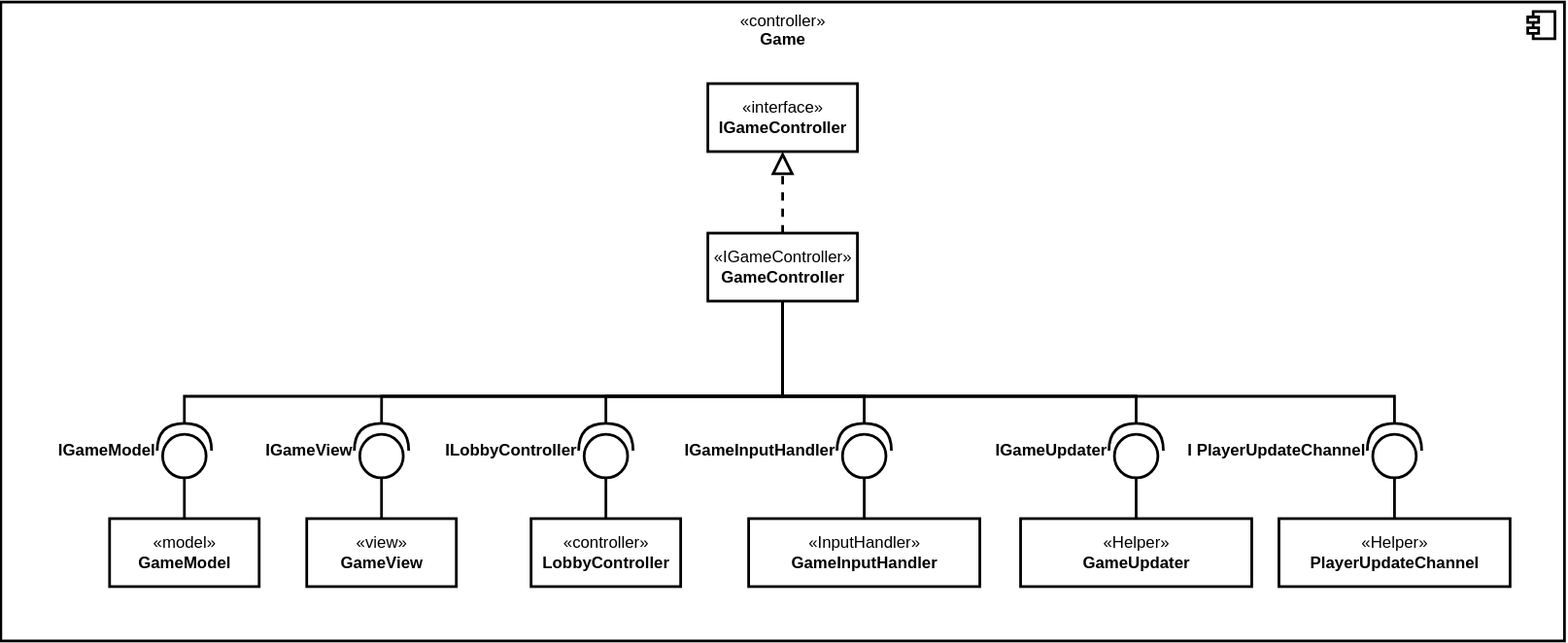
This is docs/application/diagrams/GameControllerClassDiagram.drawio.svg from HaniAlshikh/tron, a draw.io export, as it was before one commit. Source tidied: cells renumbered, new cells last; positions are measured from the earlier drawing's top-left corner, leaving out a move shared by most shapes.
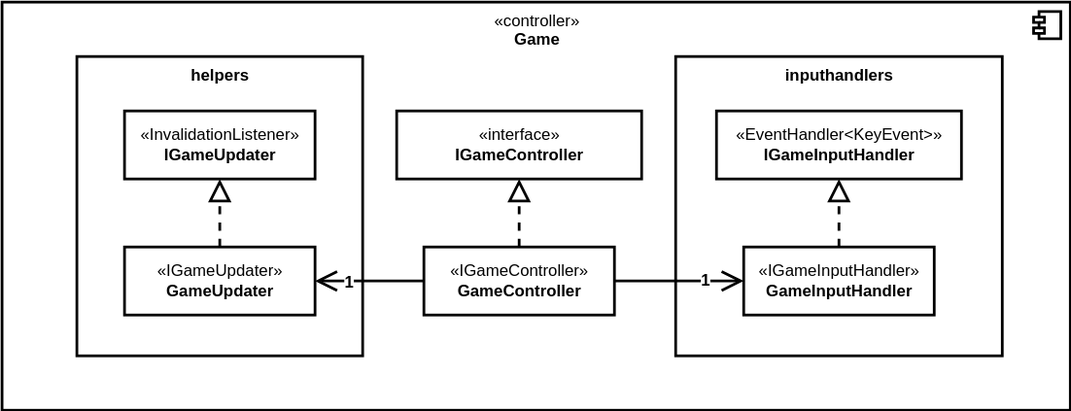
Above is the later version.

What changed in the source:
```diff
@@ -3,123 +3,61 @@
     <mxCell id="0" />
     <mxCell id="1" parent="0" />
     <mxCell id="2" value="«controller»&lt;b&gt;&lt;br&gt;Game&lt;/b&gt;" style="html=1;strokeWidth=2;align=center;verticalAlign=top;" parent="1" vertex="1">
-      <mxGeometry width="1150" height="470" as="geometry" />
+      <mxGeometry x="-245" y="-980" width="785" height="300" as="geometry" />
     </mxCell>
-    <mxCell id="3" style="shape=module;jettyWidth=8;jettyHeight=4;strokeWidth=2;align=center;verticalAlign=middle;" parent="2" vertex="1">
-      <mxGeometry x="1" width="20" height="20" relative="1" as="geometry">
-        <mxPoint x="-27" y="7" as="offset" />
-      </mxGeometry>
-    </mxCell>
+    <mxCell id="31" style="shape=module;jettyWidth=8;jettyHeight=4;strokeWidth=2;align=center;verticalAlign=middle;" parent="2" vertex="1">
+      <mxGeometry x="1" width="20" height="20" relative="1" as="geometry">
+        <mxPoint x="-27" y="7" as="offset" />
+      </mxGeometry>
+    </mxCell>
+    <mxCell id="32" value="&lt;b&gt;helpers&lt;/b&gt;" style="html=1;strokeWidth=2;align=center;verticalAlign=top;" parent="1" vertex="1">
+      <mxGeometry x="-190" y="-940" width="210" height="220" as="geometry" />
+    </mxCell>
+    <mxCell id="33" value="«InvalidationListener»&lt;br&gt;&lt;b&gt;IGameUpdater&lt;/b&gt;" style="html=1;strokeWidth=2;" parent="1" vertex="1">
+      <mxGeometry x="-155" y="-900" width="140" height="50" as="geometry" />
+    </mxCell>
+    <mxCell id="34" style="edgeStyle=none;shape=connector;rounded=1;html=1;dashed=1;labelBackgroundColor=default;fontFamily=Helvetica;fontSize=12;fontColor=default;endArrow=block;endFill=0;endSize=12;strokeColor=default;strokeWidth=2;" parent="1" edge="1" source="35" target="33">
+      <mxGeometry relative="1" as="geometry" />
+    </mxCell>
+    <mxCell id="35" value="«IGameUpdater»&lt;br&gt;&lt;b&gt;GameUpdater&lt;/b&gt;" style="html=1;strokeWidth=2;" parent="1" vertex="1">
+      <mxGeometry x="-155" y="-800" width="140" height="50" as="geometry" />
+    </mxCell>
+    <mxCell id="36" value="&lt;b&gt;inputhandlers&lt;/b&gt;" style="html=1;strokeWidth=2;align=center;verticalAlign=top;" parent="1" vertex="1">
+      <mxGeometry x="250" y="-940" width="240" height="220" as="geometry" />
+    </mxCell>
+    <mxCell id="37" value="«EventHandler&amp;lt;KeyEvent&amp;gt;»&lt;br&gt;&lt;b&gt;IGameInputHandler&lt;/b&gt;" style="html=1;strokeWidth=2;" parent="1" vertex="1">
+      <mxGeometry x="280" y="-900" width="180" height="50" as="geometry" />
+    </mxCell>
+    <mxCell id="38" style="edgeStyle=none;shape=connector;rounded=1;html=1;dashed=1;labelBackgroundColor=default;fontFamily=Helvetica;fontSize=12;fontColor=default;endArrow=block;endFill=0;endSize=12;strokeColor=default;strokeWidth=2;" parent="1" edge="1" source="39" target="37">
+      <mxGeometry relative="1" as="geometry" />
+    </mxCell>
+    <mxCell id="39" value="«IGameInputHandler»&lt;br&gt;&lt;b&gt;GameInputHandler&lt;/b&gt;" style="html=1;strokeWidth=2;" parent="1" vertex="1">
+      <mxGeometry x="300" y="-800" width="140" height="50" as="geometry" />
+    </mxCell>
     <mxCell id="4" value="«interface»&lt;br&gt;&lt;b&gt;IGameController&lt;/b&gt;" style="html=1;strokeWidth=2;" parent="1" vertex="1">
-      <mxGeometry x="520" y="60" width="110" height="50" as="geometry" />
+      <mxGeometry x="45" y="-900" width="180" height="50" as="geometry" />
     </mxCell>
-    <mxCell id="5" style="edgeStyle=orthogonalEdgeStyle;shape=connector;rounded=0;html=1;entryX=1;entryY=0.5;entryDx=0;entryDy=0;entryPerimeter=0;labelBackgroundColor=default;fontFamily=Helvetica;fontSize=11;fontColor=default;endArrow=none;endFill=0;strokeColor=default;strokeWidth=2;" parent="1" edge="1" source="7" target="15">
-      <mxGeometry relative="1" as="geometry">
-        <Array as="points">
-          <mxPoint x="575" y="290" />
-          <mxPoint x="280" y="290" />
-        </Array>
-      </mxGeometry>
-    </mxCell>
-    <mxCell id="6" style="edgeStyle=orthogonalEdgeStyle;shape=connector;rounded=0;html=1;entryX=1;entryY=0.5;entryDx=0;entryDy=0;entryPerimeter=0;labelBackgroundColor=default;fontFamily=Helvetica;fontSize=11;fontColor=default;endArrow=none;endFill=0;strokeColor=default;strokeWidth=2;" parent="1" edge="1" source="7" target="18">
-      <mxGeometry relative="1" as="geometry">
-        <Array as="points">
-          <mxPoint x="575" y="290" />
-          <mxPoint x="635" y="290" />
-        </Array>
-      </mxGeometry>
-    </mxCell>
+    <mxCell id="40" style="edgeStyle=none;shape=connector;rounded=1;html=1;labelBackgroundColor=default;fontFamily=Helvetica;fontSize=12;fontColor=default;endArrow=open;endFill=1;endSize=12;strokeColor=default;strokeWidth=2;" parent="1" edge="1" source="7" target="39">
+      <mxGeometry relative="1" as="geometry" />
+    </mxCell>
+    <mxCell id="41" value="1" style="edgeLabel;html=1;align=center;verticalAlign=middle;fontSize=12;fontFamily=Helvetica;fontColor=default;fontStyle=1;" parent="40" vertex="1">
+      <mxGeometry x="0.62" y="2" relative="1" as="geometry">
+        <mxPoint x="-11" y="1" as="offset" />
+      </mxGeometry>
+    </mxCell>
+    <mxCell id="8" style="edgeStyle=none;shape=connector;rounded=1;html=1;dashed=1;labelBackgroundColor=default;fontFamily=Helvetica;fontSize=12;fontColor=default;endArrow=block;endFill=0;endSize=12;strokeColor=default;strokeWidth=2;" parent="1" edge="1" source="7" target="4">
+      <mxGeometry relative="1" as="geometry" />
+    </mxCell>
     <mxCell id="7" value="«IGameController»&lt;br&gt;&lt;b&gt;GameController&lt;/b&gt;" style="html=1;strokeWidth=2;" parent="1" vertex="1">
-      <mxGeometry x="520" y="170" width="110" height="50" as="geometry" />
+      <mxGeometry x="65" y="-800" width="140" height="50" as="geometry" />
     </mxCell>
-    <mxCell id="8" style="endArrow=block;dashed=1;endFill=0;endSize=12;html=1;fontSize=12;strokeWidth=2;" parent="1" edge="1" source="7" target="4">
-      <mxGeometry relative="1" as="geometry" />
-    </mxCell>
-    <mxCell id="9" value="«model»&lt;br&gt;&lt;b&gt;GameModel&lt;/b&gt;" style="html=1;strokeWidth=2;" parent="1" vertex="1">
-      <mxGeometry x="80" y="380" width="110" height="50" as="geometry" />
-    </mxCell>
-    <mxCell id="10" style="edgeStyle=orthogonalEdgeStyle;shape=connector;rounded=0;html=1;labelBackgroundColor=default;fontFamily=Helvetica;fontSize=11;fontColor=default;endArrow=none;endFill=0;strokeColor=default;strokeWidth=2;entryX=0.5;entryY=1;entryDx=0;entryDy=0;" parent="1" edge="1" source="12" target="7">
-      <mxGeometry relative="1" as="geometry">
-        <Array as="points">
-          <mxPoint x="135" y="290" />
-          <mxPoint x="575" y="290" />
-        </Array>
-      </mxGeometry>
-    </mxCell>
-    <mxCell id="11" style="edgeStyle=orthogonalEdgeStyle;shape=connector;rounded=0;html=1;labelBackgroundColor=default;fontFamily=Helvetica;fontSize=11;fontColor=default;endArrow=none;endFill=0;strokeColor=default;strokeWidth=2;" parent="1" edge="1" source="12" target="9">
-      <mxGeometry relative="1" as="geometry" />
-    </mxCell>
-    <mxCell id="12" value="&lt;b&gt;IGameModel&amp;nbsp;&amp;nbsp;&lt;/b&gt;" style="shape=providedRequiredInterface;html=1;verticalLabelPosition=middle;strokeWidth=2;direction=south;flipV=1;labelPosition=left;align=right;verticalAlign=middle;" parent="1" vertex="1">
-      <mxGeometry x="115" y="310" width="40" height="40" as="geometry" />
-    </mxCell>
-    <mxCell id="13" value="«view»&lt;br&gt;&lt;b&gt;GameView&lt;/b&gt;" style="html=1;strokeWidth=2;" parent="1" vertex="1">
-      <mxGeometry x="225" y="380" width="110" height="50" as="geometry" />
-    </mxCell>
-    <mxCell id="14" style="edgeStyle=orthogonalEdgeStyle;shape=connector;rounded=0;html=1;labelBackgroundColor=default;fontFamily=Helvetica;fontSize=11;fontColor=default;endArrow=none;endFill=0;strokeColor=default;strokeWidth=2;" parent="1" edge="1" source="15" target="13">
-      <mxGeometry relative="1" as="geometry" />
-    </mxCell>
-    <mxCell id="15" value="&lt;b&gt;IGameView&amp;nbsp;&amp;nbsp;&lt;/b&gt;" style="shape=providedRequiredInterface;html=1;verticalLabelPosition=middle;strokeWidth=2;direction=south;flipV=1;labelPosition=left;align=right;verticalAlign=middle;" parent="1" vertex="1">
-      <mxGeometry x="260" y="310" width="40" height="40" as="geometry" />
-    </mxCell>
-    <mxCell id="16" style="edgeStyle=orthogonalEdgeStyle;shape=connector;rounded=0;html=1;labelBackgroundColor=default;fontFamily=Helvetica;fontSize=11;fontColor=default;endArrow=none;endFill=0;strokeColor=default;strokeWidth=2;" parent="1" edge="1" source="17" target="18">
-      <mxGeometry relative="1" as="geometry" />
-    </mxCell>
-    <mxCell id="17" value="«InputHandler»&lt;br&gt;&lt;b&gt;GameInputHandler&lt;/b&gt;" style="html=1;strokeWidth=2;" parent="1" vertex="1">
-      <mxGeometry x="550" y="380" width="170" height="50" as="geometry" />
-    </mxCell>
-    <mxCell id="18" value="&lt;b&gt;IGameInputHandler&amp;nbsp;&amp;nbsp;&lt;/b&gt;" style="shape=providedRequiredInterface;html=1;verticalLabelPosition=middle;strokeWidth=2;direction=south;flipV=1;labelPosition=left;align=right;verticalAlign=middle;" parent="1" vertex="1">
-      <mxGeometry x="615" y="310" width="40" height="40" as="geometry" />
-    </mxCell>
-    <mxCell id="19" value="«controller»&lt;br&gt;&lt;b&gt;LobbyController&lt;/b&gt;" style="html=1;strokeWidth=2;" parent="1" vertex="1">
-      <mxGeometry x="390" y="380" width="110" height="50" as="geometry" />
-    </mxCell>
-    <mxCell id="20" style="edgeStyle=orthogonalEdgeStyle;shape=connector;rounded=0;html=1;labelBackgroundColor=default;fontFamily=Helvetica;fontSize=11;fontColor=default;endArrow=none;endFill=0;strokeColor=default;strokeWidth=2;entryX=0.5;entryY=1;entryDx=0;entryDy=0;" parent="1" edge="1" source="22" target="7">
-      <mxGeometry relative="1" as="geometry">
-        <Array as="points">
-          <mxPoint x="445" y="290" />
-          <mxPoint x="575" y="290" />
-        </Array>
-      </mxGeometry>
-    </mxCell>
-    <mxCell id="21" style="edgeStyle=orthogonalEdgeStyle;shape=connector;rounded=0;html=1;labelBackgroundColor=default;fontFamily=Helvetica;fontSize=11;fontColor=default;endArrow=none;endFill=0;strokeColor=default;strokeWidth=2;" parent="1" edge="1" source="22" target="19">
-      <mxGeometry relative="1" as="geometry" />
-    </mxCell>
-    <mxCell id="22" value="&lt;b&gt;ILobbyController&amp;nbsp;&amp;nbsp;&lt;/b&gt;" style="shape=providedRequiredInterface;html=1;verticalLabelPosition=middle;strokeWidth=2;direction=south;flipV=1;labelPosition=left;align=right;verticalAlign=middle;" parent="1" vertex="1">
-      <mxGeometry x="425" y="310" width="40" height="40" as="geometry" />
-    </mxCell>
-    <mxCell id="23" style="edgeStyle=orthogonalEdgeStyle;shape=connector;rounded=0;html=1;labelBackgroundColor=default;fontFamily=Helvetica;fontSize=11;fontColor=default;endArrow=none;endFill=0;strokeColor=default;strokeWidth=2;" parent="1" edge="1" source="24" target="26">
-      <mxGeometry relative="1" as="geometry" />
-    </mxCell>
-    <mxCell id="24" value="«Helper»&lt;br&gt;&lt;b&gt;GameUpdater&lt;/b&gt;" style="html=1;strokeWidth=2;" parent="1" vertex="1">
-      <mxGeometry x="750" y="380" width="170" height="50" as="geometry" />
-    </mxCell>
-    <mxCell id="25" style="edgeStyle=orthogonalEdgeStyle;shape=connector;rounded=0;html=1;entryX=0.5;entryY=1;entryDx=0;entryDy=0;labelBackgroundColor=default;fontFamily=Helvetica;fontSize=11;fontColor=default;endArrow=none;endFill=0;strokeColor=default;strokeWidth=2;" parent="1" edge="1" source="26" target="7">
-      <mxGeometry relative="1" as="geometry">
-        <Array as="points">
-          <mxPoint x="835" y="290" />
-          <mxPoint x="575" y="290" />
-        </Array>
-      </mxGeometry>
-    </mxCell>
-    <mxCell id="26" value="&lt;b style=&quot;text-align: center&quot;&gt;IGameUpdater&amp;nbsp;&amp;nbsp;&lt;/b&gt;" style="shape=providedRequiredInterface;html=1;verticalLabelPosition=middle;strokeWidth=2;direction=south;flipV=1;labelPosition=left;align=right;verticalAlign=middle;" parent="1" vertex="1">
-      <mxGeometry x="815" y="310" width="40" height="40" as="geometry" />
-    </mxCell>
-    <mxCell id="27" style="edgeStyle=orthogonalEdgeStyle;shape=connector;rounded=0;html=1;labelBackgroundColor=default;fontFamily=Helvetica;fontSize=11;fontColor=default;endArrow=none;endFill=0;strokeColor=default;strokeWidth=2;" parent="1" edge="1" source="28" target="30">
-      <mxGeometry relative="1" as="geometry" />
-    </mxCell>
-    <mxCell id="28" value="«Helper»&lt;br&gt;&lt;b&gt;PlayerUpdateChannel&lt;/b&gt;" style="html=1;strokeWidth=2;" parent="1" vertex="1">
-      <mxGeometry x="940" y="380" width="170" height="50" as="geometry" />
-    </mxCell>
-    <mxCell id="29" style="edgeStyle=orthogonalEdgeStyle;shape=connector;rounded=0;html=1;entryX=0.5;entryY=1;entryDx=0;entryDy=0;labelBackgroundColor=default;fontFamily=Helvetica;fontSize=11;fontColor=default;endArrow=none;endFill=0;strokeColor=default;strokeWidth=2;" parent="1" edge="1" source="30" target="7">
-      <mxGeometry relative="1" as="geometry">
-        <Array as="points">
-          <mxPoint x="1025" y="290" />
-          <mxPoint x="575" y="290" />
-        </Array>
-      </mxGeometry>
-    </mxCell>
-    <mxCell id="30" value="&lt;b style=&quot;text-align: center&quot;&gt;I&lt;/b&gt;&lt;b style=&quot;text-align: center&quot;&gt;PlayerUpdateChannel&amp;nbsp;&amp;nbsp;&lt;/b&gt;" style="shape=providedRequiredInterface;html=1;verticalLabelPosition=middle;strokeWidth=2;direction=south;flipV=1;labelPosition=left;align=right;verticalAlign=middle;" parent="1" vertex="1">
-      <mxGeometry x="1005" y="310" width="40" height="40" as="geometry" />
-    </mxCell>
+    <mxCell id="42" style="endArrow=open;endFill=1;endSize=12;html=1;rounded=1;labelBackgroundColor=default;fontFamily=Helvetica;fontSize=12;fontColor=default;strokeColor=default;strokeWidth=2;shape=connector;" parent="1" edge="1" source="7" target="35">
+      <mxGeometry relative="1" as="geometry" />
+    </mxCell>
+    <mxCell id="43" value="1" style="edgeLabel;html=1;align=center;verticalAlign=middle;fontSize=12;fontFamily=Helvetica;fontColor=default;fontStyle=1;" parent="42" vertex="1">
+      <mxGeometry x="0.26" y="3" relative="1" as="geometry">
+        <mxPoint x="-6" y="-3" as="offset" />
+      </mxGeometry>
+    </mxCell>
   </root>
 </mxGraphModel>
```
